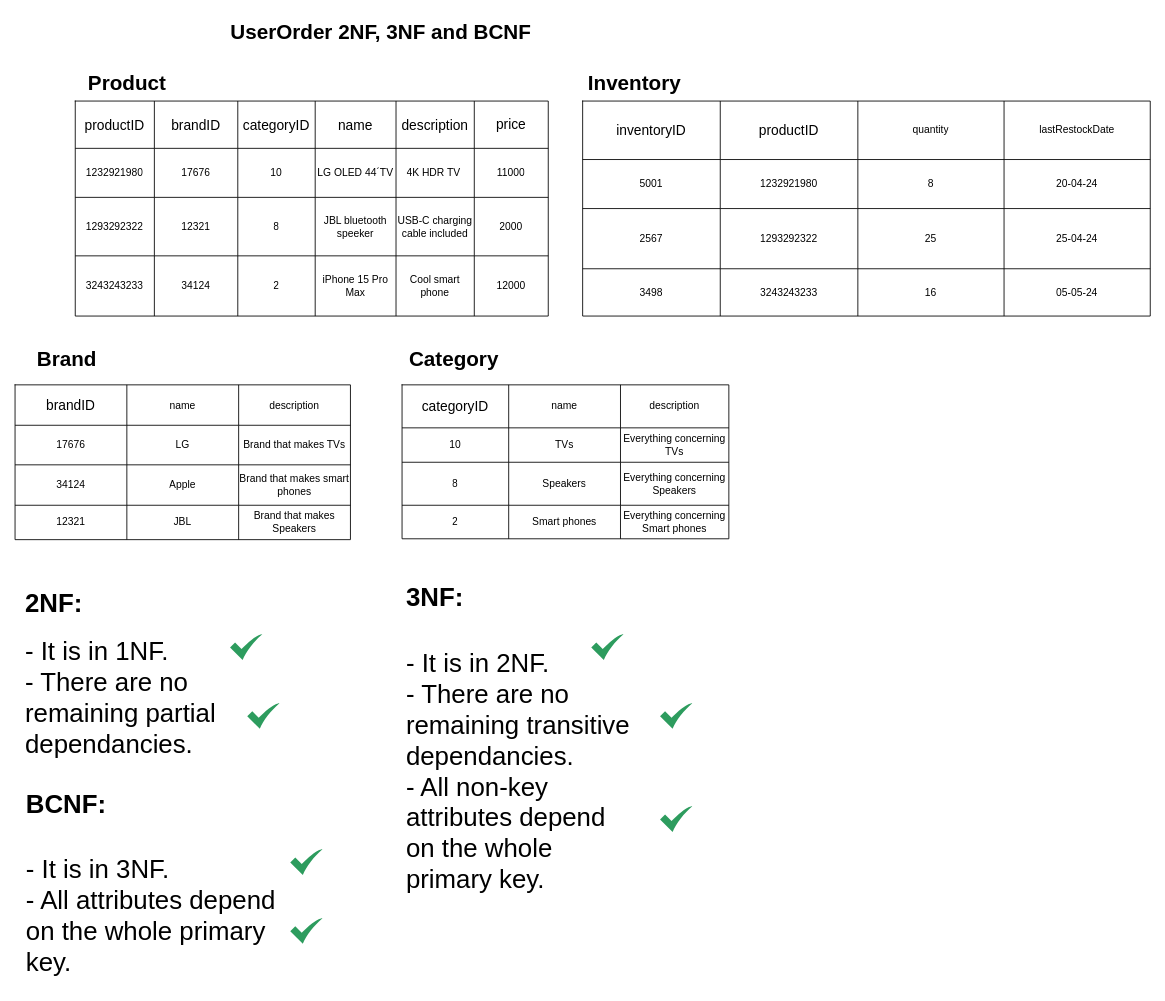
emilkle/electromart-ecom-website keeps this draw.io diagram as page "UserOrder 2NF, 3NF and BCNF" (3 of 8) of database-models/ER_models.drawio. Above is the earlier version. Source tidied: cells renumbered, new cells numbered last; positions are measured from the earlier drawing's top-left corner, leaving out a move shared by most shapes. Both pictures are drawn from the tidied source at 86%, with x=0, y=0 at pixel (15, 15).
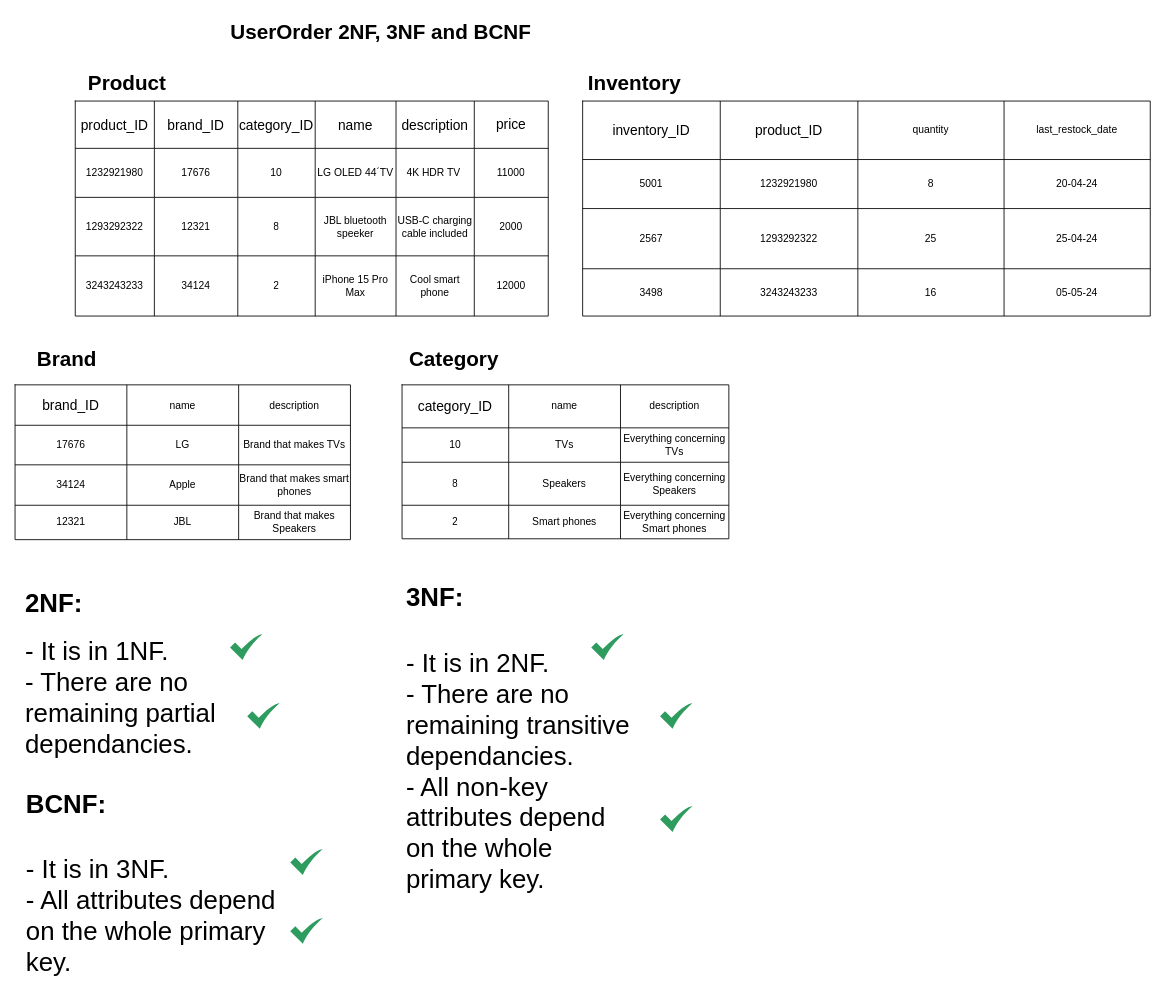
Above is the later version.

Unchanged cells that the change refers to:
```xml
<mxCell id="3" style="shape=tableRow;horizontal=0;startSize=0;swimlaneHead=0;swimlaneBody=0;top=0;left=0;bottom=0;right=0;fillColor=none;" parent="2" vertex="1">
  <mxGeometry width="550" height="55" as="geometry" />
</mxCell>
<mxCell id="34" style="shape=tableRow;horizontal=0;startSize=0;swimlaneHead=0;swimlaneBody=0;top=0;left=0;bottom=0;right=0;fillColor=none;" parent="33" vertex="1">
  <mxGeometry width="390" height="47" as="geometry" />
</mxCell>
<mxCell id="52" style="shape=tableRow;horizontal=0;startSize=0;swimlaneHead=0;swimlaneBody=0;top=0;left=0;bottom=0;right=0;fillColor=none;" parent="51" vertex="1">
  <mxGeometry width="380" height="50" as="geometry" />
</mxCell>
<mxCell id="80" style="shape=tableRow;horizontal=0;startSize=0;swimlaneHead=0;swimlaneBody=0;top=0;left=0;bottom=0;right=0;fillColor=none;" parent="79" vertex="1">
  <mxGeometry width="660" height="68" as="geometry" />
</mxCell>
```

Change to the diagram source:
```diff
@@
-    <mxCell id="4" value="&lt;font style=&quot;font-size: 16px;&quot;&gt;productID&lt;/font&gt;" style="shape=partialRectangle;html=1;whiteSpace=wrap;fillColor=none;top=0;left=0;bottom=0;right=0;overflow=hidden;" parent="3" vertex="1">
+    <mxCell id="4" value="&lt;font style=&quot;font-size: 16px;&quot;&gt;product_ID&lt;/font&gt;" style="shape=partialRectangle;html=1;whiteSpace=wrap;fillColor=none;top=0;left=0;bottom=0;right=0;overflow=hidden;" parent="3" vertex="1">
       <mxGeometry width="92" height="55" as="geometry" />
     </mxCell>
-    <mxCell id="5" value="&lt;span style=&quot;font-size: 16px;&quot;&gt;brandID&lt;/span&gt;" style="shape=partialRectangle;html=1;whiteSpace=wrap;fillColor=none;top=0;left=0;bottom=0;right=0;overflow=hidden;" parent="3" vertex="1">
+    <mxCell id="5" value="&lt;span style=&quot;font-size: 16px;&quot;&gt;brand_ID&lt;/span&gt;" style="shape=partialRectangle;html=1;whiteSpace=wrap;fillColor=none;top=0;left=0;bottom=0;right=0;overflow=hidden;" parent="3" vertex="1">
       <mxGeometry x="92" width="97" height="55" as="geometry" />
     </mxCell>
-    <mxCell id="6" value="&lt;span style=&quot;font-size: 16px;&quot;&gt;categoryID&lt;/span&gt;" style="shape=partialRectangle;html=1;whiteSpace=wrap;fillColor=none;top=0;left=0;bottom=0;right=0;overflow=hidden;" parent="3" vertex="1">
+    <mxCell id="6" value="&lt;span style=&quot;font-size: 16px;&quot;&gt;category_ID&lt;/span&gt;" style="shape=partialRectangle;html=1;whiteSpace=wrap;fillColor=none;top=0;left=0;bottom=0;right=0;overflow=hidden;" parent="3" vertex="1">
       <mxGeometry x="189" width="90" height="55" as="geometry" />
     </mxCell>
@@
-    <mxCell id="35" value="&lt;span style=&quot;font-size: 16px;&quot;&gt;brandID&lt;/span&gt;" style="shape=partialRectangle;html=1;whiteSpace=wrap;fillColor=none;top=0;left=0;bottom=0;right=0;overflow=hidden;" parent="34" vertex="1">
+    <mxCell id="35" value="&lt;span style=&quot;font-size: 16px;&quot;&gt;brand_ID&lt;/span&gt;" style="shape=partialRectangle;html=1;whiteSpace=wrap;fillColor=none;top=0;left=0;bottom=0;right=0;overflow=hidden;" parent="34" vertex="1">
       <mxGeometry width="130" height="47" as="geometry" />
     </mxCell>
@@
-    <mxCell id="53" value="&lt;span style=&quot;font-size: 16px;&quot;&gt;categoryID&lt;/span&gt;" style="shape=partialRectangle;html=1;whiteSpace=wrap;fillColor=none;top=0;left=0;bottom=0;right=0;overflow=hidden;" parent="52" vertex="1">
+    <mxCell id="53" value="&lt;span style=&quot;font-size: 16px;&quot;&gt;category_ID&lt;/span&gt;" style="shape=partialRectangle;html=1;whiteSpace=wrap;fillColor=none;top=0;left=0;bottom=0;right=0;overflow=hidden;" parent="52" vertex="1">
       <mxGeometry width="124" height="50" as="geometry" />
     </mxCell>
@@
-    <mxCell id="81" value="&lt;span style=&quot;font-size: 16px;&quot;&gt;inventoryID&lt;/span&gt;" style="shape=partialRectangle;html=1;whiteSpace=wrap;fillColor=none;top=0;left=0;bottom=0;right=0;overflow=hidden;" parent="80" vertex="1">
+    <mxCell id="81" value="&lt;span style=&quot;font-size: 16px;&quot;&gt;inventory_ID&lt;/span&gt;" style="shape=partialRectangle;html=1;whiteSpace=wrap;fillColor=none;top=0;left=0;bottom=0;right=0;overflow=hidden;" parent="80" vertex="1">
       <mxGeometry width="160" height="68" as="geometry" />
     </mxCell>
-    <mxCell id="82" value="&lt;span style=&quot;font-size: 16px;&quot;&gt;productID&lt;/span&gt;" style="shape=partialRectangle;html=1;whiteSpace=wrap;fillColor=none;top=0;left=0;bottom=0;right=0;overflow=hidden;" parent="80" vertex="1">
+    <mxCell id="82" value="&lt;span style=&quot;font-size: 16px;&quot;&gt;product_ID&lt;/span&gt;" style="shape=partialRectangle;html=1;whiteSpace=wrap;fillColor=none;top=0;left=0;bottom=0;right=0;overflow=hidden;" parent="80" vertex="1">
       <mxGeometry x="160" width="160" height="68" as="geometry" />
     </mxCell>
@@
-    <mxCell id="84" value="lastRestockDate" style="shape=partialRectangle;html=1;whiteSpace=wrap;fillColor=none;top=0;left=0;bottom=0;right=0;overflow=hidden;" parent="80" vertex="1">
+    <mxCell id="84" value="last_restock_date" style="shape=partialRectangle;html=1;whiteSpace=wrap;fillColor=none;top=0;left=0;bottom=0;right=0;overflow=hidden;" parent="80" vertex="1">
       <mxGeometry x="490" width="170" height="68" as="geometry" />
     </mxCell>
```
